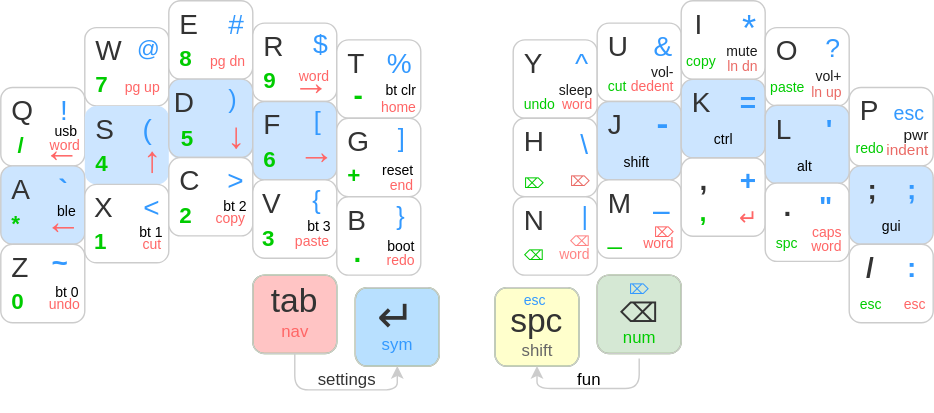
Before: images/BaseKeymap.drawio.svg, a diagram exported from draw.io (glenn20/zmk-sweep). Source tidied: cells renumbered, new cells last; positions are measured from the earlier drawing's top-left corner, leaving out a move shared by most shapes.
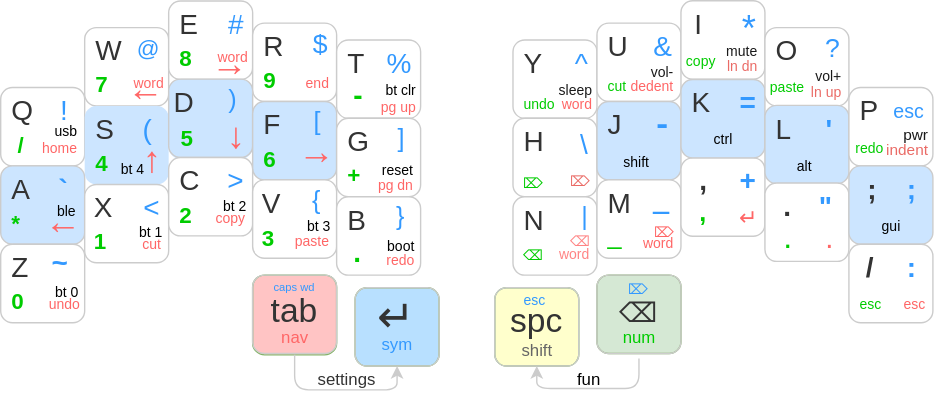
The same diagram one commit later.

What changed in the source:
```diff
@@ -20,12 +20,12 @@
     <mxCell id="7" value="&lt;font color=&quot;#3399ff&quot; style=&quot;font-size: 20px; font-weight: normal;&quot;&gt;!&amp;nbsp;&lt;/font&gt;" style="whiteSpace=wrap;html=1;fontSize=18;fontFamily=Helvetica;fontStyle=1;fillColor=none;rounded=1;align=right;verticalAlign=top;spacingLeft=0;strokeColor=none;fontColor=#E6E6E6;spacing=0;spacingTop=0;spacingRight=4;" parent="3" vertex="1">
       <mxGeometry x="29.4" width="28.5" height="28.5" as="geometry" />
     </mxCell>
-    <mxCell id="8" value="&lt;p style=&quot;line-height: 18%;&quot;&gt;&lt;font size=&quot;1&quot; style=&quot;&quot; color=&quot;#ff6666&quot;&gt;&lt;span style=&quot;font-weight: normal;&quot;&gt;word&lt;/span&gt;&lt;br&gt;&lt;/font&gt;&lt;font style=&quot;font-size: 26px;&quot; color=&quot;#ff6666&quot;&gt;←&lt;/font&gt;&lt;/p&gt;" style="html=1;fontSize=20;fontFamily=Helvetica;fontStyle=1;fillColor=none;rounded=1;align=right;verticalAlign=middle;spacingLeft=0;strokeColor=none;fontColor=#E6E6E6;spacing=0;spacingTop=0;spacingRight=4;" parent="3" vertex="1">
-      <mxGeometry x="31.5" y="28.5" width="28.5" height="28.5" as="geometry" />
-    </mxCell>
     <mxCell id="9" value="&lt;p style=&quot;line-height: 110%; font-size: 10px;&quot;&gt;&lt;font color=&quot;#000000&quot;&gt;&lt;span style=&quot;font-weight: 400;&quot;&gt;usb&lt;/span&gt;&lt;/font&gt;&lt;/p&gt;&lt;p style=&quot;font-size: 10px;&quot;&gt;&lt;/p&gt;" style="html=1;fontSize=10;fontFamily=Helvetica;fontStyle=1;fillColor=none;rounded=1;align=right;verticalAlign=middle;spacingLeft=0;strokeColor=none;fontColor=#E6E6E6;spacing=0;spacingTop=-2;spacingRight=3;arcSize=0;spacingBottom=-5;" parent="3" vertex="1">
       <mxGeometry x="28.5" y="15" width="28.5" height="28.5" as="geometry" />
     </mxCell>
+    <mxCell id="40" value="&lt;font size=&quot;1&quot; color=&quot;#ff6666&quot;&gt;&lt;span style=&quot;font-weight: 400;&quot;&gt;home&lt;/span&gt;&lt;/font&gt;" style="html=1;fontSize=20;fontFamily=Helvetica;fontStyle=1;fillColor=none;rounded=1;align=right;verticalAlign=middle;spacingLeft=0;strokeColor=none;fontColor=#E6E6E6;spacing=0;spacingTop=-4;spacingRight=4;" parent="3" vertex="1">
+      <mxGeometry x="29.4" y="27" width="28.5" height="28.5" as="geometry" />
+    </mxCell>
     <mxCell id="10" style="group;fillColor=#CCE5FF;rounded=1;" parent="1" vertex="1">
       <mxGeometry y="118" width="60" height="56" as="geometry" />
     </mxCell>
@@ -116,9 +116,9 @@
     <mxCell id="39" value="&lt;font color=&quot;#3399ff&quot; style=&quot;font-weight: normal; font-size: 16px;&quot;&gt;@&lt;/font&gt;" style="whiteSpace=wrap;html=1;fontSize=18;fontFamily=Helvetica;fontStyle=1;fillColor=none;rounded=1;align=right;verticalAlign=top;spacingLeft=0;strokeColor=none;fontColor=#E6E6E6;spacing=0;spacingTop=0;spacingRight=4;" parent="35" vertex="1">
       <mxGeometry x="29.4" width="28.5" height="28.5" as="geometry" />
     </mxCell>
-    <mxCell id="40" value="&lt;font color=&quot;#ff6666&quot; size=&quot;1&quot;&gt;&lt;span style=&quot;font-weight: 400;&quot;&gt;pg up&lt;/span&gt;&lt;/font&gt;" style="html=1;fontSize=20;fontFamily=Helvetica;fontStyle=1;fillColor=none;rounded=1;align=right;verticalAlign=middle;spacingLeft=0;strokeColor=none;fontColor=#E6E6E6;spacing=0;spacingTop=-4;spacingRight=4;" parent="35" vertex="1">
-      <mxGeometry x="28.5" y="27" width="28.5" height="28.5" as="geometry" />
-    </mxCell>
+    <mxCell id="8" value="&lt;p style=&quot;line-height: 18%;&quot;&gt;&lt;font size=&quot;1&quot; style=&quot;&quot; color=&quot;#ff6666&quot;&gt;&lt;span style=&quot;font-weight: normal;&quot;&gt;word&lt;/span&gt;&lt;br&gt;&lt;/font&gt;&lt;font style=&quot;font-size: 26px;&quot; color=&quot;#ff6666&quot;&gt;←&lt;/font&gt;&lt;/p&gt;" style="html=1;fontSize=20;fontFamily=Helvetica;fontStyle=1;fillColor=none;rounded=1;align=right;verticalAlign=middle;spacingLeft=0;strokeColor=none;fontColor=#E6E6E6;spacing=0;spacingTop=0;spacingRight=4;" parent="35" vertex="1">
+      <mxGeometry x="31.5" y="27.5" width="28.5" height="28.5" as="geometry" />
+    </mxCell>
     <mxCell id="41" style="group;fillColor=#CCE5FF;rounded=1;" parent="1" vertex="1">
       <mxGeometry x="60" y="75.2" width="60" height="56" as="geometry" />
     </mxCell>
@@ -134,6 +134,9 @@
     <mxCell id="45" value="&lt;font style=&quot;font-size: 26px; font-weight: normal;&quot; color=&quot;#ff6666&quot;&gt;↑&lt;/font&gt;" style="html=1;fontSize=26;fontFamily=Helvetica;fontStyle=1;fillColor=none;rounded=1;align=right;verticalAlign=middle;spacingLeft=0;strokeColor=none;fontColor=#E6E6E6;spacing=0;spacingTop=-4;spacingRight=4;" parent="41" vertex="1">
       <mxGeometry x="29.4" y="27" width="28.5" height="28.5" as="geometry" />
     </mxCell>
+    <mxCell id="206" value="&lt;p style=&quot;line-height: 110%; font-size: 10px;&quot;&gt;&lt;font color=&quot;#000000&quot;&gt;&lt;span style=&quot;font-weight: 400;&quot;&gt;bt 4&lt;/span&gt;&lt;/font&gt;&lt;span style=&quot;color: rgba(0, 0, 0, 0); font-family: monospace; font-size: 0px; font-weight: 400; text-align: start; background-color: initial;&quot;&gt;%3CmxGraphModel%3E%3Croot%3E%3CmxCell%20id%3D%220%22%2F%3E%3CmxCell%20id%3D%221%22%20parent%3D%220%22%2F%3E%3CmxCell%20id%3D%222%22%20value%3D%22%26lt%3Bp%20style%3D%26quot%3Bline-height%3A%20110%25%3B%20font-size%3A%2010px%3B%26quot%3B%26gt%3B%26lt%3Bfont%20color%3D%26quot%3B%23000000%26quot%3B%26gt%3B%26lt%3Bspan%20style%3D%26quot%3Bfont-weight%3A%20400%3B%26quot%3B%26gt%3Bbt%200%26lt%3B%2Fspan%26gt%3B%26lt%3B%2Ffont%26gt%3B%26lt%3B%2Fp%26gt%3B%26lt%3Bp%20style%3D%26quot%3Bfont-size%3A%2010px%3B%26quot%3B%26gt%3B%26lt%3B%2Fp%26gt%3B%22%20style%3D%22html%3D1%3Baspect%3Dfixed%3BfontSize%3D10%3BfontFamily%3DHelvetica%3BfontStyle%3D1%3BfillColor%3Dnone%3Brounded%3D1%3Balign%3Dright%3BverticalAlign%3Dmiddle%3BspacingLeft%3D0%3BstrokeColor%3Dnone%3BfontColor%3D%23E6E6E6%3Bspacing%3D0%3BspacingTop%3D-2%3BspacingRight%3D3%3B%22%20vertex%3D%221%22%20parent%3D%221%22%3E%3CmxGeometry%20x%3D%22195.51%22%20y%3D%223.969999999999999%22%20width%3D%2215.38%22%20height%3D%2215.38%22%20as%3D%22geometry%22%2F%3E%3C%2FmxCell%3E%3C%2Froot%3E%3C%2FmxGraphModel%34kkkkkkkkk&lt;/span&gt;&lt;/p&gt;&lt;p style=&quot;font-size: 10px;&quot;&gt;&lt;/p&gt;" style="html=1;fontSize=10;fontFamily=Helvetica;fontStyle=1;fillColor=none;rounded=1;align=right;verticalAlign=middle;spacingLeft=0;strokeColor=none;fontColor=#E6E6E6;spacing=0;spacingTop=-2;spacingRight=3;" parent="41" vertex="1">
+      <mxGeometry x="29.4" y="40.1" width="15.4" height="15.4" as="geometry" />
+    </mxCell>
     <mxCell id="46" style="group;fillColor=#FFFFFF;rounded=1;" parent="1" vertex="1">
       <mxGeometry x="60" y="131.2" width="60" height="56" as="geometry" />
     </mxCell>
@@ -156,7 +159,7 @@
       <mxGeometry x="42.5" y="27" width="15.4" height="15.4" as="geometry" />
     </mxCell>
     <mxCell id="53" style="group;fillColor=#FFFFFF;rounded=1;" parent="1" vertex="1">
-      <mxGeometry x="120" width="60" height="56" as="geometry" />
+      <mxGeometry x="120" y="0.2" width="60" height="57" as="geometry" />
     </mxCell>
     <mxCell id="54" style="rounded=1;whiteSpace=wrap;html=1;fillColor=none;strokeColor=#CCCCCC;" parent="53" vertex="1">
       <mxGeometry width="60" height="56" as="geometry" />
@@ -170,9 +173,9 @@
     <mxCell id="57" value="&lt;font color=&quot;#3399ff&quot; style=&quot;font-size: 20px; font-weight: normal;&quot;&gt;#&lt;/font&gt;" style="whiteSpace=wrap;html=1;fontSize=18;fontFamily=Helvetica;fontStyle=1;fillColor=none;rounded=1;align=right;verticalAlign=top;spacingLeft=0;strokeColor=none;fontColor=#E6E6E6;spacing=0;spacingTop=0;spacingRight=4;" parent="53" vertex="1">
       <mxGeometry x="29.4" width="28.5" height="28.5" as="geometry" />
     </mxCell>
-    <mxCell id="58" value="&lt;font color=&quot;#ff6666&quot; size=&quot;1&quot;&gt;&lt;span style=&quot;font-weight: 400;&quot;&gt;pg dn&lt;/span&gt;&lt;/font&gt;" style="html=1;fontSize=20;fontFamily=Helvetica;fontStyle=1;fillColor=none;rounded=1;align=right;verticalAlign=middle;spacingLeft=0;strokeColor=none;fontColor=#E6E6E6;spacing=0;spacingTop=-4;spacingRight=4;" parent="53" vertex="1">
-      <mxGeometry x="29.4" y="27" width="28.5" height="28.5" as="geometry" />
-    </mxCell>
+    <mxCell id="77" value="&lt;p style=&quot;line-height: 20%;&quot;&gt;&lt;font style=&quot;&quot; color=&quot;#ff6666&quot;&gt;&lt;span style=&quot;font-weight: normal;&quot;&gt;&lt;font style=&quot;font-size: 10px;&quot;&gt;word&lt;br&gt;&lt;/font&gt;&lt;/span&gt;&lt;font style=&quot;font-size: 26px;&quot;&gt;→&lt;/font&gt;&lt;/font&gt;&lt;/p&gt;" style="html=1;fontSize=20;fontFamily=Helvetica;fontStyle=1;fillColor=none;rounded=1;align=right;verticalAlign=middle;spacingLeft=0;strokeColor=none;fontColor=#E6E6E6;spacing=0;spacingTop=-4;spacingRight=4;arcSize=35;" parent="53" vertex="1">
+      <mxGeometry x="31.5" y="28.5" width="28.5" height="28.5" as="geometry" />
+    </mxCell>
     <mxCell id="59" style="group;fillColor=#CCE5FF;rounded=1;" parent="1" vertex="1">
       <mxGeometry x="120" y="56" width="60" height="57" as="geometry" />
     </mxCell>
@@ -227,9 +230,9 @@
     <mxCell id="76" value="&lt;font color=&quot;#3399ff&quot; style=&quot;font-size: 19px; font-weight: normal;&quot;&gt;$&lt;/font&gt;" style="whiteSpace=wrap;html=1;fontSize=18;fontFamily=Helvetica;fontStyle=1;fillColor=none;rounded=1;align=right;verticalAlign=top;spacingLeft=0;strokeColor=none;fontColor=#E6E6E6;spacing=0;spacingTop=0;spacingRight=4;" parent="72" vertex="1">
       <mxGeometry x="29.4" width="28.5" height="28.5" as="geometry" />
     </mxCell>
-    <mxCell id="77" value="&lt;p style=&quot;line-height: 20%;&quot;&gt;&lt;font style=&quot;&quot; color=&quot;#ff6666&quot;&gt;&lt;span style=&quot;font-weight: normal;&quot;&gt;&lt;font style=&quot;font-size: 10px;&quot;&gt;word&lt;br&gt;&lt;/font&gt;&lt;/span&gt;&lt;font style=&quot;font-size: 26px;&quot;&gt;→&lt;/font&gt;&lt;/font&gt;&lt;/p&gt;" style="html=1;fontSize=20;fontFamily=Helvetica;fontStyle=1;fillColor=none;rounded=1;align=right;verticalAlign=middle;spacingLeft=0;strokeColor=none;fontColor=#E6E6E6;spacing=0;spacingTop=-4;spacingRight=4;arcSize=35;" parent="72" vertex="1">
-      <mxGeometry x="29.4" y="27" width="28.5" height="28.5" as="geometry" />
-    </mxCell>
+    <mxCell id="58" value="&lt;font color=&quot;#ff6666&quot; size=&quot;1&quot;&gt;&lt;span style=&quot;font-weight: 400;&quot;&gt;end&lt;/span&gt;&lt;/font&gt;" style="html=1;fontSize=20;fontFamily=Helvetica;fontStyle=1;fillColor=none;rounded=1;align=right;verticalAlign=middle;spacingLeft=0;strokeColor=none;fontColor=#E6E6E6;spacing=0;spacingTop=-4;spacingRight=4;" parent="72" vertex="1">
+      <mxGeometry x="29.4" y="27" width="28.5" height="28.5" as="geometry" />
+    </mxCell>
     <mxCell id="78" style="group;fillColor=#CCE5FF;rounded=1;" parent="1" vertex="1">
       <mxGeometry x="180" y="72" width="60" height="56" as="geometry" />
     </mxCell>
@@ -284,7 +287,7 @@
     <mxCell id="95" value="&lt;font color=&quot;#3399ff&quot; style=&quot;font-size: 20px; font-weight: normal;&quot;&gt;%&lt;/font&gt;" style="whiteSpace=wrap;html=1;fontSize=18;fontFamily=Helvetica;fontStyle=1;fillColor=none;rounded=1;align=right;verticalAlign=top;spacingLeft=0;strokeColor=none;fontColor=#E6E6E6;spacing=0;spacingTop=0;spacingRight=4;" parent="91" vertex="1">
       <mxGeometry x="29.4" width="28.5" height="28.5" as="geometry" />
     </mxCell>
-    <mxCell id="96" value="&lt;font color=&quot;#000000&quot; style=&quot;font-size: 10px;&quot;&gt;&lt;span style=&quot;font-weight: 400; font-size: 10px;&quot;&gt;bt clr&lt;/span&gt;&lt;/font&gt;&lt;div style=&quot;font-size: 10px;&quot;&gt;&lt;font style=&quot;font-size: 10px;&quot; color=&quot;#ff6666&quot;&gt;&lt;span style=&quot;font-weight: 400; font-size: 10px;&quot;&gt;home&lt;/span&gt;&lt;/font&gt;&lt;/div&gt;" style="html=1;fontSize=10;fontFamily=Helvetica;fontStyle=1;fillColor=none;rounded=1;align=right;verticalAlign=bottom;spacingLeft=0;strokeColor=none;fontColor=#E6E6E6;spacing=0;spacingTop=-4;spacingRight=4;" parent="91" vertex="1">
+    <mxCell id="96" value="&lt;font color=&quot;#000000&quot; style=&quot;font-size: 10px;&quot;&gt;&lt;span style=&quot;font-weight: 400; font-size: 10px;&quot;&gt;bt clr&lt;/span&gt;&lt;/font&gt;&lt;div style=&quot;font-size: 10px;&quot;&gt;&lt;font style=&quot;font-size: 10px;&quot; color=&quot;#ff6666&quot;&gt;&lt;span style=&quot;font-weight: 400; font-size: 10px;&quot;&gt;pg up&lt;/span&gt;&lt;/font&gt;&lt;/div&gt;" style="html=1;fontSize=10;fontFamily=Helvetica;fontStyle=1;fillColor=none;rounded=1;align=right;verticalAlign=bottom;spacingLeft=0;strokeColor=none;fontColor=#E6E6E6;spacing=0;spacingTop=-4;spacingRight=4;" parent="91" vertex="1">
       <mxGeometry x="31.5" y="27" width="28.5" height="28.5" as="geometry" />
     </mxCell>
     <mxCell id="97" style="group;fillColor=#FFFFFF;rounded=1;" parent="1" vertex="1">
@@ -302,7 +305,7 @@
     <mxCell id="101" value="&lt;font color=&quot;#3399ff&quot; style=&quot;font-weight: normal; font-size: 18px;&quot;&gt;]&amp;nbsp;&lt;/font&gt;" style="whiteSpace=wrap;html=1;fontSize=18;fontFamily=Helvetica;fontStyle=1;fillColor=none;rounded=1;align=right;verticalAlign=top;spacingLeft=0;strokeColor=none;fontColor=#E6E6E6;spacing=0;spacingTop=0;spacingRight=4;" parent="97" vertex="1">
       <mxGeometry x="29.4" width="28.5" height="28.5" as="geometry" />
     </mxCell>
-    <mxCell id="102" value="&lt;font style=&quot;font-size: 10px;&quot; color=&quot;#000000&quot;&gt;&lt;span style=&quot;font-weight: 400; font-size: 10px;&quot;&gt;reset&lt;/span&gt;&lt;/font&gt;&lt;div style=&quot;font-size: 10px; line-height: 100%;&quot;&gt;&lt;font style=&quot;font-size: 10px;&quot; color=&quot;#ff6666&quot;&gt;&lt;span style=&quot;font-weight: 400; font-size: 10px;&quot;&gt;end&lt;/span&gt;&lt;/font&gt;&lt;/div&gt;" style="html=1;fontSize=10;fontFamily=Helvetica;fontStyle=1;fillColor=none;rounded=1;align=right;verticalAlign=bottom;spacingLeft=0;strokeColor=none;fontColor=#E6E6E6;spacing=0;spacingTop=-2;spacingRight=4;spacingBottom=1;" parent="97" vertex="1">
+    <mxCell id="102" value="&lt;font style=&quot;font-size: 10px;&quot; color=&quot;#000000&quot;&gt;&lt;span style=&quot;font-weight: 400; font-size: 10px;&quot;&gt;reset&lt;/span&gt;&lt;/font&gt;&lt;div style=&quot;font-size: 10px; line-height: 100%;&quot;&gt;&lt;font style=&quot;font-size: 10px;&quot; color=&quot;#ff6666&quot;&gt;&lt;span style=&quot;font-weight: 400; font-size: 10px;&quot;&gt;pg dn&lt;/span&gt;&lt;/font&gt;&lt;/div&gt;" style="html=1;fontSize=10;fontFamily=Helvetica;fontStyle=1;fillColor=none;rounded=1;align=right;verticalAlign=bottom;spacingLeft=0;strokeColor=none;fontColor=#E6E6E6;spacing=0;spacingTop=-2;spacingRight=4;spacingBottom=1;" parent="97" vertex="1">
       <mxGeometry x="29.4" y="27" width="28.5" height="28.5" as="geometry" />
     </mxCell>
     <mxCell id="103" style="group;verticalAlign=top;fillColor=#FFFFFF;rounded=1;" parent="1" vertex="1">
@@ -446,10 +449,10 @@
     <mxCell id="149" style="rounded=1;whiteSpace=wrap;html=1;fillColor=none;strokeColor=#CCCCCC;" parent="148" vertex="1">
       <mxGeometry width="60" height="56" as="geometry" />
     </mxCell>
-    <mxCell id="150" value="&lt;font style=&quot;font-size: 10px;&quot; color=&quot;#ff6666&quot;&gt;&lt;span style=&quot;font-weight: 400; font-size: 10px;&quot;&gt;caps&lt;/span&gt;&lt;/font&gt;&lt;div style=&quot;font-size: 10px; line-height: 80%;&quot;&gt;&lt;font style=&quot;font-size: 10px;&quot; color=&quot;#ff6666&quot;&gt;&lt;span style=&quot;font-weight: 400; font-size: 10px;&quot;&gt;word&lt;/span&gt;&lt;/font&gt;&lt;/div&gt;" style="html=1;fontSize=10;fontFamily=Helvetica;fontStyle=1;fillColor=none;rounded=1;align=right;verticalAlign=middle;spacingLeft=0;strokeColor=none;fontColor=#E6E6E6;spacing=0;spacingTop=-4;spacingRight=4;" parent="148" vertex="1">
+    <mxCell id="150" value="&lt;font size=&quot;1&quot; color=&quot;#ff6666&quot;&gt;&lt;span style=&quot;font-weight: 400; font-size: 21px;&quot;&gt;.&lt;/span&gt;&lt;span style=&quot;font-weight: 400; font-size: 20px;&quot;&gt;&amp;nbsp;&lt;/span&gt;&lt;/font&gt;" style="html=1;fontSize=10;fontFamily=Helvetica;fontStyle=1;fillColor=none;rounded=1;align=right;verticalAlign=middle;spacingLeft=0;strokeColor=none;fontColor=#E6E6E6;spacing=0;spacingTop=-4;spacingRight=4;" parent="148" vertex="1">
       <mxGeometry x="29.4" y="27" width="28.5" height="28.5" as="geometry" />
     </mxCell>
-    <mxCell id="151" value="&lt;font color=&quot;#00cc00&quot;&gt;&lt;span style=&quot;font-size: 10px; font-weight: 400;&quot;&gt;spc&lt;/span&gt;&lt;/font&gt;" style="whiteSpace=wrap;html=1;fontSize=20;fontFamily=Helvetica;fontStyle=1;fillColor=none;rounded=1;align=left;verticalAlign=middle;spacingLeft=8;strokeColor=none;fontColor=#E6E6E6;spacing=0;spacingTop=-4;" parent="148" vertex="1">
+    <mxCell id="151" value="&lt;font color=&quot;#00cc00&quot;&gt;&lt;span style=&quot;font-size: 10px; font-weight: 400;&quot;&gt;&amp;nbsp; &lt;/span&gt;&lt;span style=&quot;font-weight: 400;&quot;&gt;&lt;font style=&quot;font-size: 23px;&quot;&gt;.&lt;/font&gt;&lt;/span&gt;&lt;/font&gt;" style="whiteSpace=wrap;html=1;fontSize=20;fontFamily=Helvetica;fontStyle=1;fillColor=none;rounded=1;align=left;verticalAlign=middle;spacingLeft=8;strokeColor=none;fontColor=#E6E6E6;spacing=0;spacingTop=-4;" parent="148" vertex="1">
       <mxGeometry y="27" width="28.5" height="28.5" as="geometry" />
     </mxCell>
     <mxCell id="152" value="&lt;font color=&quot;#333333&quot;&gt;&lt;span style=&quot;font-weight: 400;&quot;&gt;&amp;nbsp;&lt;/span&gt;.&lt;/font&gt;" style="whiteSpace=wrap;html=1;fontSize=20;fontFamily=Helvetica;fontStyle=1;fillColor=none;rounded=1;align=left;verticalAlign=top;spacingLeft=8;strokeColor=none;fontColor=#E6E6E6;spacing=0;spacingTop=0;" parent="148" vertex="1">
@@ -471,7 +474,7 @@
       <mxGeometry width="28.5" height="28.5" as="geometry" />
     </mxCell>
     <mxCell id="158" value="&lt;font size=&quot;1&quot; color=&quot;#3399ff&quot; style=&quot;&quot;&gt;&lt;span style=&quot;font-weight: normal; font-size: 14px;&quot;&gt;esc&lt;/span&gt;&lt;/font&gt;" style="whiteSpace=wrap;html=1;fontSize=20;fontFamily=Helvetica;fontStyle=1;fillColor=none;rounded=1;align=right;verticalAlign=top;spacingLeft=0;strokeColor=none;fontColor=#E6E6E6;spacing=0;spacingTop=0;spacingRight=4;" parent="154" vertex="1">
-      <mxGeometry x="29.4" width="28.5" height="28.5" as="geometry" />
+      <mxGeometry x="28.5" y="-1.5" width="28.5" height="28.5" as="geometry" />
     </mxCell>
     <mxCell id="159" value="&lt;font color=&quot;#1a1a1a&quot; style=&quot;font-size: 11px;&quot;&gt;&lt;span style=&quot;font-weight: 400; font-size: 11px;&quot;&gt;pwr&lt;/span&gt;&lt;/font&gt;&lt;div style=&quot;line-height: 90%;&quot;&gt;&lt;font color=&quot;#ea6b66&quot; style=&quot;font-size: 11px;&quot;&gt;&lt;span style=&quot;font-weight: 400; font-size: 11px;&quot;&gt;indent&lt;/span&gt;&lt;/font&gt;&lt;/div&gt;" style="html=1;fontSize=11;fontFamily=Helvetica;fontStyle=1;fillColor=none;rounded=1;align=right;verticalAlign=middle;spacingLeft=0;strokeColor=none;fontColor=#E6E6E6;spacing=0;spacingTop=-4;spacingRight=4;" parent="154" vertex="1">
       <mxGeometry x="31.5" y="27" width="28.5" height="28.5" as="geometry" />
@@ -552,16 +555,16 @@
       <mxGeometry x="11" y="-5" width="28.5" height="28.5" as="geometry" />
     </mxCell>
     <mxCell id="185" style="group;fillColor=#FFC4C4;strokeColor=#82B366;rounded=1;" parent="1" vertex="1">
-      <mxGeometry x="180" y="196" width="60" height="56" as="geometry" />
+      <mxGeometry x="180" y="196" width="60" height="57" as="geometry" />
     </mxCell>
     <mxCell id="186" style="rounded=1;whiteSpace=wrap;html=1;fillColor=none;strokeColor=#CCCCCC;" parent="185" vertex="1">
       <mxGeometry width="60" height="56" as="geometry" />
     </mxCell>
-    <mxCell id="187" value="&lt;font color=&quot;#333333&quot; style=&quot;font-size: 24px;&quot;&gt;&lt;span style=&quot;font-weight: 400; font-size: 24px;&quot;&gt;tab&lt;/span&gt;&lt;/font&gt;" style="whiteSpace=wrap;html=1;fontSize=24;fontFamily=Helvetica;fontStyle=1;fillColor=none;rounded=1;align=center;verticalAlign=top;spacingLeft=0;strokeColor=none;fontColor=#E6E6E6;spacing=0;spacingTop=0;" parent="185" vertex="1">
+    <mxCell id="187" value="&lt;font color=&quot;#333333&quot; style=&quot;font-size: 24px;&quot;&gt;&lt;span style=&quot;font-weight: 400; font-size: 24px;&quot;&gt;tab&lt;/span&gt;&lt;/font&gt;" style="whiteSpace=wrap;html=1;fontSize=24;fontFamily=Helvetica;fontStyle=1;fillColor=none;rounded=1;align=center;verticalAlign=top;spacingLeft=0;strokeColor=none;fontColor=#E6E6E6;spacing=0;spacingTop=7.874;spacingBottom=0;" parent="185" vertex="1">
       <mxGeometry width="60" height="31" as="geometry" />
     </mxCell>
-    <mxCell id="188" value="&lt;font color=&quot;#ff6666&quot; size=&quot;1&quot;&gt;&lt;span style=&quot;font-weight: 400; font-size: 12px;&quot;&gt;nav&lt;/span&gt;&lt;/font&gt;" style="html=1;fontSize=20;fontFamily=Helvetica;fontStyle=1;fillColor=none;rounded=1;align=center;verticalAlign=bottom;spacingLeft=0;strokeColor=none;fontColor=#E6E6E6;spacing=0;spacingTop=-4;spacingRight=0;spacingBottom=6;" parent="185" vertex="1">
-      <mxGeometry y="27.5" width="60" height="28.5" as="geometry" />
+    <mxCell id="188" value="&lt;font color=&quot;#ff6666&quot; size=&quot;1&quot;&gt;&lt;span style=&quot;font-weight: 400; font-size: 12px;&quot;&gt;nav&lt;/span&gt;&lt;/font&gt;" style="html=1;fontSize=20;fontFamily=Helvetica;fontStyle=1;fillColor=none;rounded=1;align=center;verticalAlign=bottom;spacingLeft=0;strokeColor=none;fontColor=#E6E6E6;spacing=0;spacingTop=-1.9685;spacingRight=0;spacingBottom=3.937;" parent="185" vertex="1">
+      <mxGeometry y="30" width="60" height="27" as="geometry" />
     </mxCell>
     <mxCell id="189" style="group;fillColor=#FFFFFF;rounded=1;" parent="1" vertex="1">
       <mxGeometry x="240" y="140" width="60" height="57" as="geometry" />
@@ -624,5 +627,8 @@
     <mxCell id="205" value="&lt;p style=&quot;line-height: 110%; font-size: 10px;&quot;&gt;&lt;font color=&quot;#000000&quot;&gt;&lt;span style=&quot;font-weight: 400;&quot;&gt;bt 0&lt;/span&gt;&lt;/font&gt;&lt;/p&gt;&lt;p style=&quot;font-size: 10px;&quot;&gt;&lt;/p&gt;" style="html=1;fontSize=10;fontFamily=Helvetica;fontStyle=1;fillColor=none;rounded=1;align=right;verticalAlign=middle;spacingLeft=0;strokeColor=none;fontColor=#E6E6E6;spacing=0;spacingTop=-2;spacingRight=3;" parent="199" vertex="1">
       <mxGeometry x="42.5" y="27" width="15.4" height="15.4" as="geometry" />
     </mxCell>
+    <mxCell id="207" value="&lt;font color=&quot;#3399ff&quot; size=&quot;1&quot;&gt;&lt;span style=&quot;font-weight: normal; font-size: 8px;&quot;&gt;caps wd&lt;/span&gt;&lt;/font&gt;" style="whiteSpace=wrap;html=1;fontSize=20;fontFamily=Helvetica;fontStyle=1;fillColor=none;rounded=1;align=center;verticalAlign=middle;spacingLeft=0;strokeColor=none;fontColor=#E6E6E6;spacing=0;spacingTop=-13.779499999999999;" parent="1" vertex="1">
+      <mxGeometry x="190" y="186" width="40" height="40" as="geometry" />
+    </mxCell>
   </root>
 </mxGraphModel>
```
